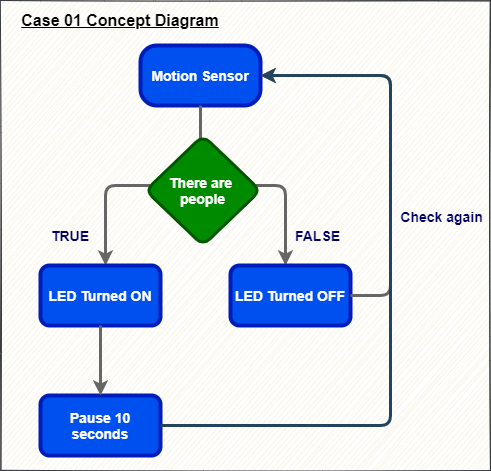
The draw.io diagram docs/smartcity/images/Case1/Case1-concept-diagram.png in SMARTHON/smarthon-docs-zh_TW, before a commit. Source tidied: cells renumbered, new cells last; positions are measured from the earlier drawing's top-left corner, leaving out a move shared by most shapes.
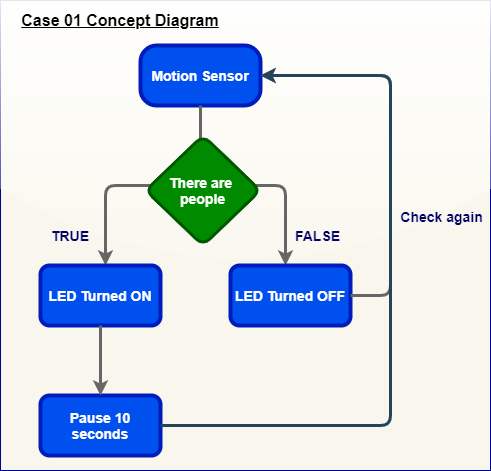
After the change.

The edit, as a diff of the source:
```diff
@@ -2,7 +2,7 @@
   <root>
     <mxCell id="0" />
     <mxCell id="1" parent="0" />
-    <mxCell id="2" style="rounded=0;whiteSpace=wrap;html=1;arcSize=3;glass=1;sketch=1;shadow=0;fillColor=#f9f7ed;strokeColor=#36393d;" parent="1" vertex="1">
+    <mxCell id="2" style="rounded=0;whiteSpace=wrap;html=1;arcSize=3;glass=1;sketch=0;shadow=0;fillColor=#f9f7ed;strokeColor=#000099;" parent="1" vertex="1">
       <mxGeometry width="490" height="470" as="geometry" />
     </mxCell>
     <mxCell id="3" value="&lt;font style=&quot;font-size: 14px&quot;&gt;&lt;b&gt;Motion Sensor&lt;/b&gt;&lt;/font&gt;" style="rounded=1;whiteSpace=wrap;html=1;fillColor=#0050ef;strokeColor=#001DBC;strokeWidth=4;arcSize=27;fontColor=#ffffff;" parent="1" vertex="1">
```
